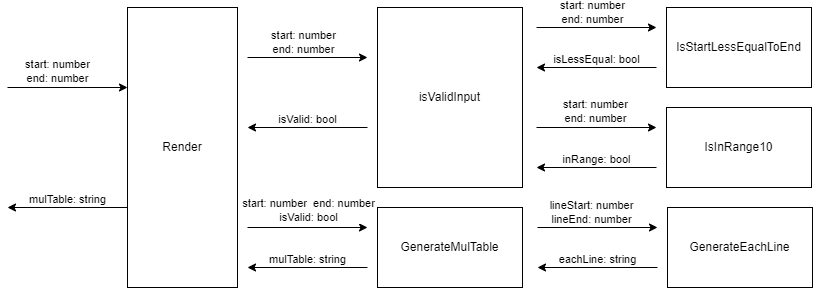
This is multiplicationTable.png from TWA-AFS-202210-GROUP-1/MultiplicationTable-Group-1, a draw.io export, as it was before one commit. Source tidied: cells renumbered, new cells last; positions are measured from the earlier drawing's top-left corner, leaving out a move shared by most shapes. Source of this version:
```xml
<mxGraphModel>
  <root>
    <mxCell id="0" />
    <mxCell id="1" parent="0" />
    <mxCell id="2" value="Render" style="rounded=0;whiteSpace=wrap;html=1;" parent="1" vertex="1">
      <mxGeometry x="120" width="110" height="280" as="geometry" />
    </mxCell>
    <mxCell id="3" style="endArrow=classic;html=1;rounded=0;" parent="1" edge="1">
      <mxGeometry relative="1" as="geometry">
        <mxPoint y="80" as="sourcePoint" />
        <mxPoint x="120" y="80" as="targetPoint" />
      </mxGeometry>
    </mxCell>
    <mxCell id="4" value="start: number&lt;br&gt;end: number" style="edgeLabel;html=1;align=center;verticalAlign=middle;" parent="3" vertex="1">
      <mxGeometry x="-0.43" y="3" relative="1" as="geometry">
        <mxPoint x="15" y="-13" as="offset" />
      </mxGeometry>
    </mxCell>
    <mxCell id="5" style="endArrow=classic;html=1;rounded=0;" parent="1" edge="1">
      <mxGeometry relative="1" as="geometry">
        <mxPoint x="120" y="200" as="sourcePoint" />
        <mxPoint y="200" as="targetPoint" />
      </mxGeometry>
    </mxCell>
    <mxCell id="6" value="mulTable: string" style="edgeLabel;html=1;align=center;verticalAlign=middle;" parent="5" vertex="1">
      <mxGeometry x="0.36" y="-1" relative="1" as="geometry">
        <mxPoint x="21" y="-7" as="offset" />
      </mxGeometry>
    </mxCell>
    <mxCell id="7" value="IsStartLessEqualToEnd" style="rounded=0;whiteSpace=wrap;html=1;" parent="1" vertex="1">
      <mxGeometry x="659" width="145" height="80" as="geometry" />
    </mxCell>
    <mxCell id="8" style="endArrow=classic;html=1;rounded=0;" parent="1" edge="1">
      <mxGeometry relative="1" as="geometry">
        <mxPoint x="529" y="20" as="sourcePoint" />
        <mxPoint x="649" y="20" as="targetPoint" />
      </mxGeometry>
    </mxCell>
    <mxCell id="9" value="start: number&lt;br&gt;end: number" style="edgeLabel;html=1;align=center;verticalAlign=middle;" parent="8" vertex="1">
      <mxGeometry x="-0.43" y="3" relative="1" as="geometry">
        <mxPoint x="21" y="-12" as="offset" />
      </mxGeometry>
    </mxCell>
    <mxCell id="10" style="endArrow=classic;html=1;rounded=0;" parent="1" edge="1">
      <mxGeometry relative="1" as="geometry">
        <mxPoint x="649" y="60" as="sourcePoint" />
        <mxPoint x="529" y="60" as="targetPoint" />
      </mxGeometry>
    </mxCell>
    <mxCell id="11" value="isLessEqual: bool" style="edgeLabel;html=1;align=center;verticalAlign=middle;" parent="10" vertex="1">
      <mxGeometry x="0.36" y="-1" relative="1" as="geometry">
        <mxPoint x="21" y="-7" as="offset" />
      </mxGeometry>
    </mxCell>
    <mxCell id="12" value="IsInRange10" style="rounded=0;whiteSpace=wrap;html=1;" parent="1" vertex="1">
      <mxGeometry x="659" y="100" width="145" height="80" as="geometry" />
    </mxCell>
    <mxCell id="13" style="endArrow=classic;html=1;rounded=0;" parent="1" edge="1">
      <mxGeometry relative="1" as="geometry">
        <mxPoint x="529" y="120" as="sourcePoint" />
        <mxPoint x="649" y="120" as="targetPoint" />
      </mxGeometry>
    </mxCell>
    <mxCell id="14" value="start: number&lt;br&gt;end: number" style="edgeLabel;html=1;align=center;verticalAlign=middle;" parent="13" vertex="1">
      <mxGeometry x="-0.43" y="3" relative="1" as="geometry">
        <mxPoint x="24" y="-13" as="offset" />
      </mxGeometry>
    </mxCell>
    <mxCell id="15" style="endArrow=classic;html=1;rounded=0;" parent="1" edge="1">
      <mxGeometry relative="1" as="geometry">
        <mxPoint x="649" y="160" as="sourcePoint" />
        <mxPoint x="529" y="160" as="targetPoint" />
      </mxGeometry>
    </mxCell>
    <mxCell id="16" value="inRange: bool" style="edgeLabel;html=1;align=center;verticalAlign=middle;" parent="15" vertex="1">
      <mxGeometry x="0.36" y="-1" relative="1" as="geometry">
        <mxPoint x="21" y="-7" as="offset" />
      </mxGeometry>
    </mxCell>
    <mxCell id="17" value="GenerateMulTable" style="rounded=0;whiteSpace=wrap;html=1;" parent="1" vertex="1">
      <mxGeometry x="370" y="200" width="145" height="80" as="geometry" />
    </mxCell>
    <mxCell id="18" style="endArrow=classic;html=1;rounded=0;" parent="1" edge="1">
      <mxGeometry relative="1" as="geometry">
        <mxPoint x="240" y="220" as="sourcePoint" />
        <mxPoint x="360" y="220" as="targetPoint" />
      </mxGeometry>
    </mxCell>
    <mxCell id="19" value="start: number&amp;nbsp; end: number&lt;br&gt;isValid: bool" style="edgeLabel;html=1;align=center;verticalAlign=middle;" parent="18" vertex="1">
      <mxGeometry x="-0.43" y="3" relative="1" as="geometry">
        <mxPoint x="26" y="-14" as="offset" />
      </mxGeometry>
    </mxCell>
    <mxCell id="20" style="endArrow=classic;html=1;rounded=0;" parent="1" edge="1">
      <mxGeometry relative="1" as="geometry">
        <mxPoint x="360" y="260" as="sourcePoint" />
        <mxPoint x="240" y="260" as="targetPoint" />
      </mxGeometry>
    </mxCell>
    <mxCell id="21" value="mulTable: string" style="edgeLabel;html=1;align=center;verticalAlign=middle;" parent="20" vertex="1">
      <mxGeometry x="0.36" y="-1" relative="1" as="geometry">
        <mxPoint x="21" y="-7" as="offset" />
      </mxGeometry>
    </mxCell>
    <mxCell id="22" value="GenerateEachLine" style="rounded=0;whiteSpace=wrap;html=1;" parent="1" vertex="1">
      <mxGeometry x="660" y="200" width="145" height="80" as="geometry" />
    </mxCell>
    <mxCell id="23" style="endArrow=classic;html=1;rounded=0;" parent="1" edge="1">
      <mxGeometry relative="1" as="geometry">
        <mxPoint x="530" y="220" as="sourcePoint" />
        <mxPoint x="650" y="220" as="targetPoint" />
      </mxGeometry>
    </mxCell>
    <mxCell id="24" value="lineStart: number&lt;br&gt;lineEnd: number" style="edgeLabel;html=1;align=center;verticalAlign=middle;" parent="23" vertex="1">
      <mxGeometry x="-0.43" y="3" relative="1" as="geometry">
        <mxPoint x="19" y="-12" as="offset" />
      </mxGeometry>
    </mxCell>
    <mxCell id="25" style="endArrow=classic;html=1;rounded=0;" parent="1" edge="1">
      <mxGeometry relative="1" as="geometry">
        <mxPoint x="650" y="260" as="sourcePoint" />
        <mxPoint x="530" y="260" as="targetPoint" />
      </mxGeometry>
    </mxCell>
    <mxCell id="26" value="eachLine: string" style="edgeLabel;html=1;align=center;verticalAlign=middle;" parent="25" vertex="1">
      <mxGeometry x="0.36" y="-1" relative="1" as="geometry">
        <mxPoint x="21" y="-7" as="offset" />
      </mxGeometry>
    </mxCell>
    <mxCell id="27" value="isValidInput" style="rounded=0;whiteSpace=wrap;html=1;" parent="1" vertex="1">
      <mxGeometry x="370" width="145" height="180" as="geometry" />
    </mxCell>
    <mxCell id="28" style="endArrow=classic;html=1;rounded=0;" parent="1" edge="1">
      <mxGeometry relative="1" as="geometry">
        <mxPoint x="240" y="50" as="sourcePoint" />
        <mxPoint x="360" y="50" as="targetPoint" />
      </mxGeometry>
    </mxCell>
    <mxCell id="29" value="start: number&lt;br&gt;end: number" style="edgeLabel;html=1;align=center;verticalAlign=middle;" parent="28" vertex="1">
      <mxGeometry x="-0.43" y="3" relative="1" as="geometry">
        <mxPoint x="21" y="-12" as="offset" />
      </mxGeometry>
    </mxCell>
    <mxCell id="30" style="endArrow=classic;html=1;rounded=0;" parent="1" edge="1">
      <mxGeometry relative="1" as="geometry">
        <mxPoint x="360" y="120" as="sourcePoint" />
        <mxPoint x="240" y="120" as="targetPoint" />
      </mxGeometry>
    </mxCell>
    <mxCell id="31" value="isValid: bool" style="edgeLabel;html=1;align=center;verticalAlign=middle;" parent="30" vertex="1">
      <mxGeometry x="0.36" y="-1" relative="1" as="geometry">
        <mxPoint x="21" y="-7" as="offset" />
      </mxGeometry>
    </mxCell>
  </root>
</mxGraphModel>
```
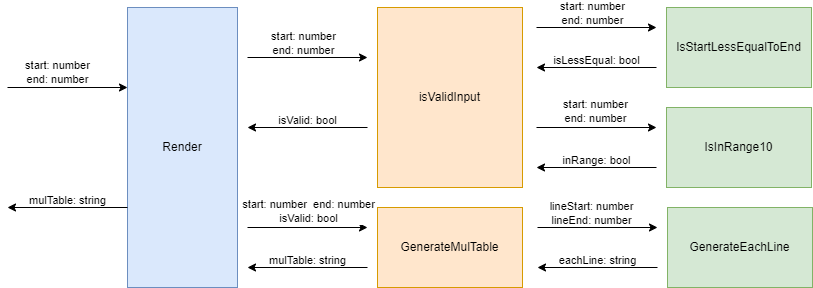
The same file after the commit.

Commit message:
feat: simplify some code

Diff of the diagram source:
```diff
@@ -2,7 +2,7 @@
   <root>
     <mxCell id="0" />
     <mxCell id="1" parent="0" />
-    <mxCell id="2" value="Render" style="rounded=0;whiteSpace=wrap;html=1;" parent="1" vertex="1">
+    <mxCell id="2" value="Render" style="rounded=0;whiteSpace=wrap;html=1;fillColor=#dae8fc;strokeColor=#6c8ebf;" parent="1" vertex="1">
       <mxGeometry x="120" width="110" height="280" as="geometry" />
     </mxCell>
     <mxCell id="3" style="endArrow=classic;html=1;rounded=0;" parent="1" edge="1">
@@ -27,7 +27,7 @@
         <mxPoint x="21" y="-7" as="offset" />
       </mxGeometry>
     </mxCell>
-    <mxCell id="7" value="IsStartLessEqualToEnd" style="rounded=0;whiteSpace=wrap;html=1;" parent="1" vertex="1">
+    <mxCell id="7" value="IsStartLessEqualToEnd" style="rounded=0;whiteSpace=wrap;html=1;fillColor=#d5e8d4;strokeColor=#82b366;" parent="1" vertex="1">
       <mxGeometry x="659" width="145" height="80" as="geometry" />
     </mxCell>
     <mxCell id="8" style="endArrow=classic;html=1;rounded=0;" parent="1" edge="1">
@@ -52,7 +52,7 @@
         <mxPoint x="21" y="-7" as="offset" />
       </mxGeometry>
     </mxCell>
-    <mxCell id="12" value="IsInRange10" style="rounded=0;whiteSpace=wrap;html=1;" parent="1" vertex="1">
+    <mxCell id="12" value="IsInRange10" style="rounded=0;whiteSpace=wrap;html=1;fillColor=#d5e8d4;strokeColor=#82b366;" parent="1" vertex="1">
       <mxGeometry x="659" y="100" width="145" height="80" as="geometry" />
     </mxCell>
     <mxCell id="13" style="endArrow=classic;html=1;rounded=0;" parent="1" edge="1">
@@ -77,7 +77,7 @@
         <mxPoint x="21" y="-7" as="offset" />
       </mxGeometry>
     </mxCell>
-    <mxCell id="17" value="GenerateMulTable" style="rounded=0;whiteSpace=wrap;html=1;" parent="1" vertex="1">
+    <mxCell id="17" value="GenerateMulTable" style="rounded=0;whiteSpace=wrap;html=1;fillColor=#ffe6cc;strokeColor=#d79b00;" parent="1" vertex="1">
       <mxGeometry x="370" y="200" width="145" height="80" as="geometry" />
     </mxCell>
     <mxCell id="18" style="endArrow=classic;html=1;rounded=0;" parent="1" edge="1">
@@ -102,7 +102,7 @@
         <mxPoint x="21" y="-7" as="offset" />
       </mxGeometry>
     </mxCell>
-    <mxCell id="22" value="GenerateEachLine" style="rounded=0;whiteSpace=wrap;html=1;" parent="1" vertex="1">
+    <mxCell id="22" value="GenerateEachLine" style="rounded=0;whiteSpace=wrap;html=1;fillColor=#d5e8d4;strokeColor=#82b366;" parent="1" vertex="1">
       <mxGeometry x="660" y="200" width="145" height="80" as="geometry" />
     </mxCell>
     <mxCell id="23" style="endArrow=classic;html=1;rounded=0;" parent="1" edge="1">
@@ -127,7 +127,7 @@
         <mxPoint x="21" y="-7" as="offset" />
       </mxGeometry>
     </mxCell>
-    <mxCell id="27" value="isValidInput" style="rounded=0;whiteSpace=wrap;html=1;" parent="1" vertex="1">
+    <mxCell id="27" value="isValidInput" style="rounded=0;whiteSpace=wrap;html=1;fillColor=#ffe6cc;strokeColor=#d79b00;" parent="1" vertex="1">
       <mxGeometry x="370" width="145" height="180" as="geometry" />
     </mxCell>
     <mxCell id="28" style="endArrow=classic;html=1;rounded=0;" parent="1" edge="1">
```
